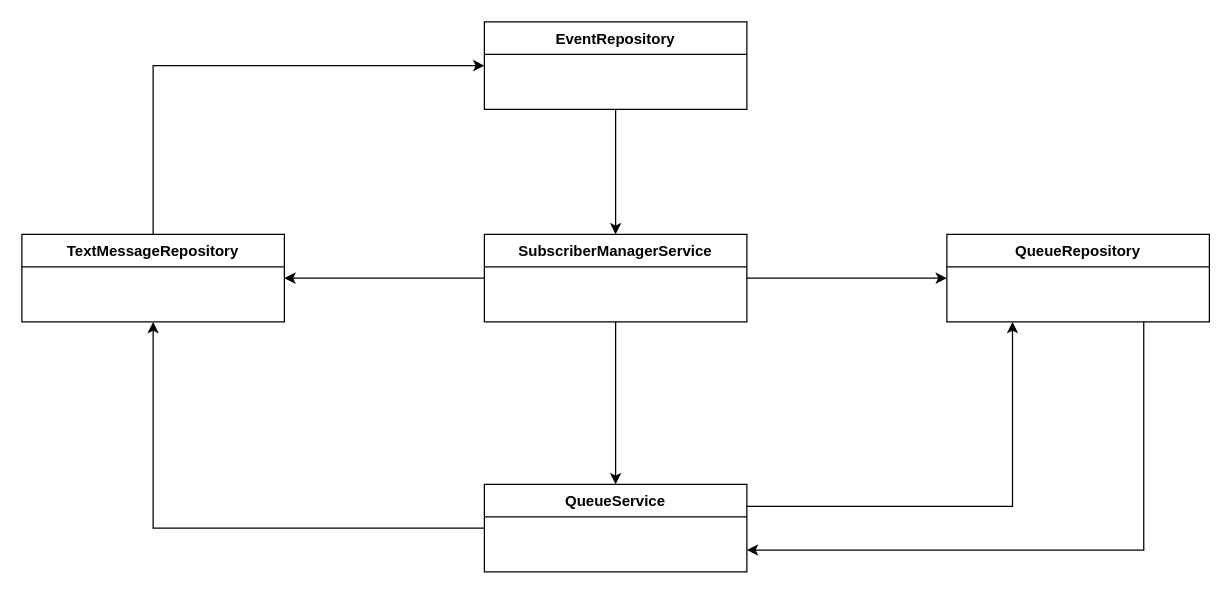
The draw.io diagram page "Service Arch" (2 of 2) of docs/Model.drawio in vinicreis/pub-sub-kotlin, before the edit. Source tidied: cells renumbered, new cells numbered last; positions are measured from the earlier drawing's top-left corner, leaving out a move shared by most shapes. Both pictures are drawn from the tidied source at 125%, with x=0, y=0 at pixel (21, 21).
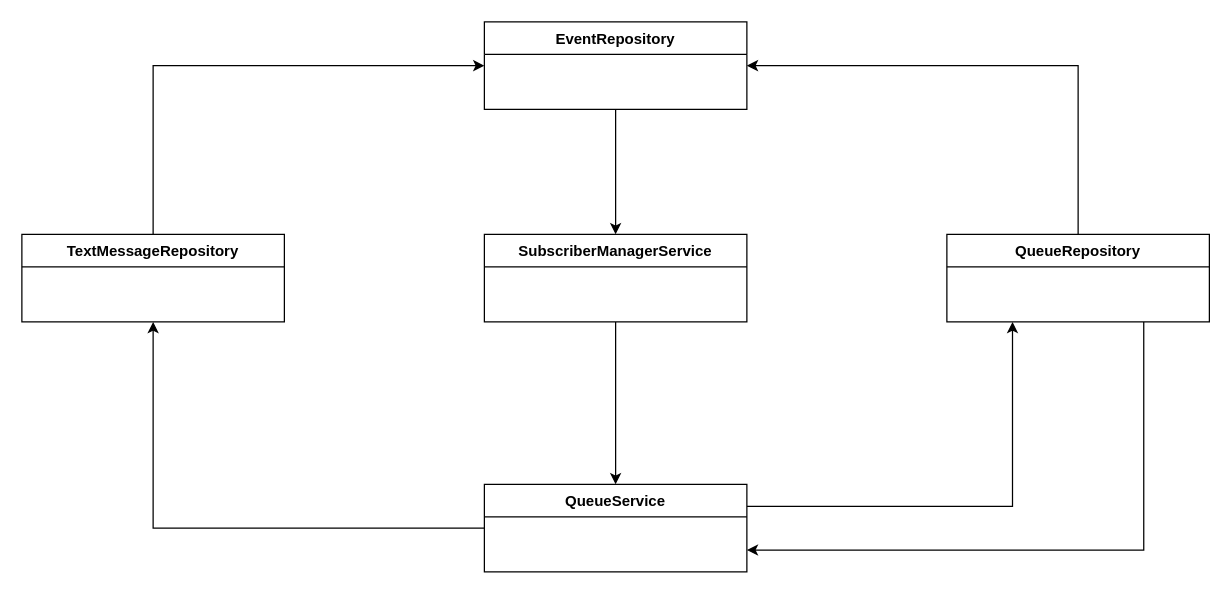
Above is the later version.

Change to the diagram source:
```diff
@@
 <mxGraphModel>
   <root>
     <mxCell id="0" />
     <mxCell id="1" parent="0" />
     <mxCell id="2" style="edgeStyle=orthogonalEdgeStyle;rounded=0;jettySize=auto;html=1;exitX=0;exitY=0.5;exitDx=0;exitDy=0;entryX=0.5;entryY=1;entryDx=0;entryDy=0;" parent="1" edge="1" source="4" target="12">
       <mxGeometry relative="1" as="geometry" />
     </mxCell>
     <mxCell id="3" style="edgeStyle=orthogonalEdgeStyle;rounded=0;jettySize=auto;html=1;exitX=1;exitY=0.25;exitDx=0;exitDy=0;entryX=0.25;entryY=1;entryDx=0;entryDy=0;" parent="1" edge="1" source="4" target="10">
       <mxGeometry relative="1" as="geometry" />
     </mxCell>
     <mxCell id="4" value="QueueService" style="swimlane;fontStyle=1;align=center;verticalAlign=top;horizontal=1;startSize=26;whiteSpace=wrap;html=1;" parent="1" vertex="1" collapsed="1">
       <mxGeometry x="370" y="370" width="210" height="70" as="geometry" />
     </mxCell>
     <mxCell id="5" style="edgeStyle=orthogonalEdgeStyle;rounded=0;jettySize=auto;html=1;exitX=0.5;exitY=1;exitDx=0;exitDy=0;entryX=0.5;entryY=0;entryDx=0;entryDy=0;" parent="1" edge="1" source="8" target="4">
       <mxGeometry relative="1" as="geometry" />
     </mxCell>
-    <mxCell id="6" style="edgeStyle=orthogonalEdgeStyle;rounded=0;jettySize=auto;html=1;entryX=1;entryY=0.5;entryDx=0;entryDy=0;" parent="1" edge="1" source="8" target="12">
-      <mxGeometry relative="1" as="geometry" />
-    </mxCell>
-    <mxCell id="7" style="edgeStyle=orthogonalEdgeStyle;rounded=0;jettySize=auto;html=1;exitX=1;exitY=0.5;exitDx=0;exitDy=0;entryX=0;entryY=0.5;entryDx=0;entryDy=0;" parent="1" edge="1" source="8" target="10">
-      <mxGeometry relative="1" as="geometry" />
-    </mxCell>
     <mxCell id="8" value="&lt;div&gt;SubscriberManagerService&lt;/div&gt;" style="swimlane;fontStyle=1;align=center;verticalAlign=top;horizontal=1;startSize=26;whiteSpace=wrap;html=1;" parent="1" vertex="1" collapsed="1">
       <mxGeometry x="370" y="170" width="210" height="70" as="geometry" />
     </mxCell>
     <mxCell id="9" style="edgeStyle=orthogonalEdgeStyle;rounded=0;jettySize=auto;html=1;exitX=0.75;exitY=1;exitDx=0;exitDy=0;entryX=1;entryY=0.75;entryDx=0;entryDy=0;" parent="1" edge="1" source="10" target="4">
       <mxGeometry relative="1" as="geometry" />
     </mxCell>
+    <mxCell id="15" style="edgeStyle=orthogonalEdgeStyle;rounded=0;jettySize=auto;html=1;entryX=1;entryY=0.5;entryDx=0;entryDy=0;exitX=0.5;exitY=0;exitDx=0;exitDy=0;" parent="1" edge="1" source="10" target="14">
+      <mxGeometry relative="1" as="geometry" />
+    </mxCell>
     <mxCell id="10" value="QueueRepository&lt;div&gt;&lt;br&gt;&lt;/div&gt;" style="swimlane;fontStyle=1;align=center;verticalAlign=top;horizontal=1;startSize=26;whiteSpace=wrap;html=1;" parent="1" vertex="1" collapsed="1">
       <mxGeometry x="740" y="170" width="210" height="70" as="geometry" />
     </mxCell>
     <mxCell id="11" style="edgeStyle=orthogonalEdgeStyle;rounded=0;jettySize=auto;html=1;entryX=0;entryY=0.5;entryDx=0;entryDy=0;exitX=0.5;exitY=0;exitDx=0;exitDy=0;" parent="1" edge="1" source="12" target="14">
       <mxGeometry relative="1" as="geometry" />
     </mxCell>
     <mxCell id="12" value="TextMessageRepository&lt;div&gt;&lt;br&gt;&lt;/div&gt;" style="swimlane;fontStyle=1;align=center;verticalAlign=top;horizontal=1;startSize=26;whiteSpace=wrap;html=1;" parent="1" vertex="1" collapsed="1">
       <mxGeometry y="170" width="210" height="70" as="geometry" />
     </mxCell>
     <mxCell id="13" style="edgeStyle=orthogonalEdgeStyle;rounded=0;jettySize=auto;html=1;exitX=0.5;exitY=1;exitDx=0;exitDy=0;" parent="1" edge="1" source="14" target="8">
       <mxGeometry relative="1" as="geometry" />
     </mxCell>
     <mxCell id="14" value="EventRepository" style="swimlane;fontStyle=1;align=center;verticalAlign=top;horizontal=1;startSize=26;whiteSpace=wrap;html=1;" parent="1" vertex="1" collapsed="1">
       <mxGeometry x="370" width="210" height="70" as="geometry" />
     </mxCell>
   </root>
 </mxGraphModel>
```
